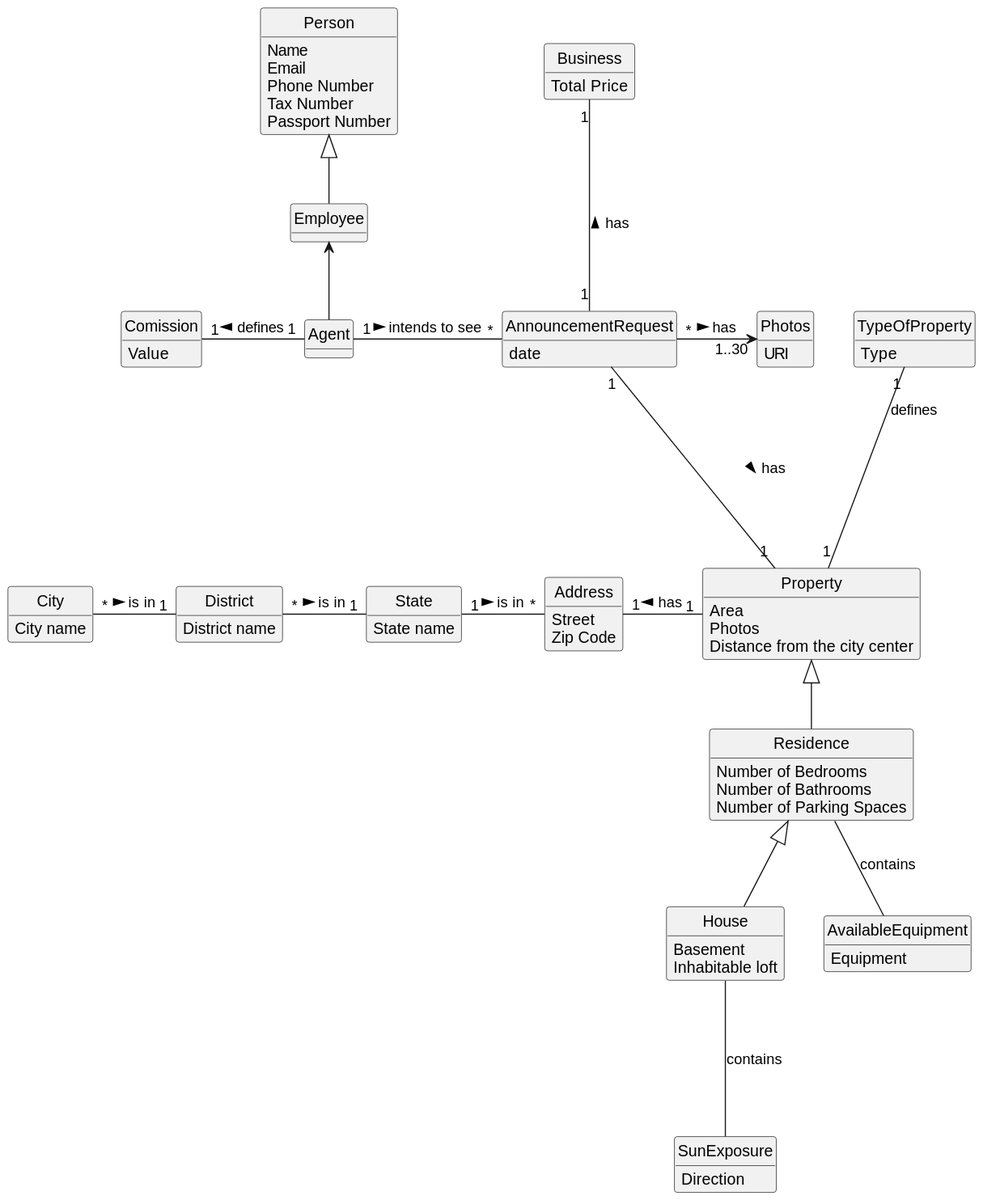
The PlantUML diagram docs/sprintC/US08/02.analysis/svg/us08-domain-model.svg in PureNimble/ISEP-LAPR2, before a commit.
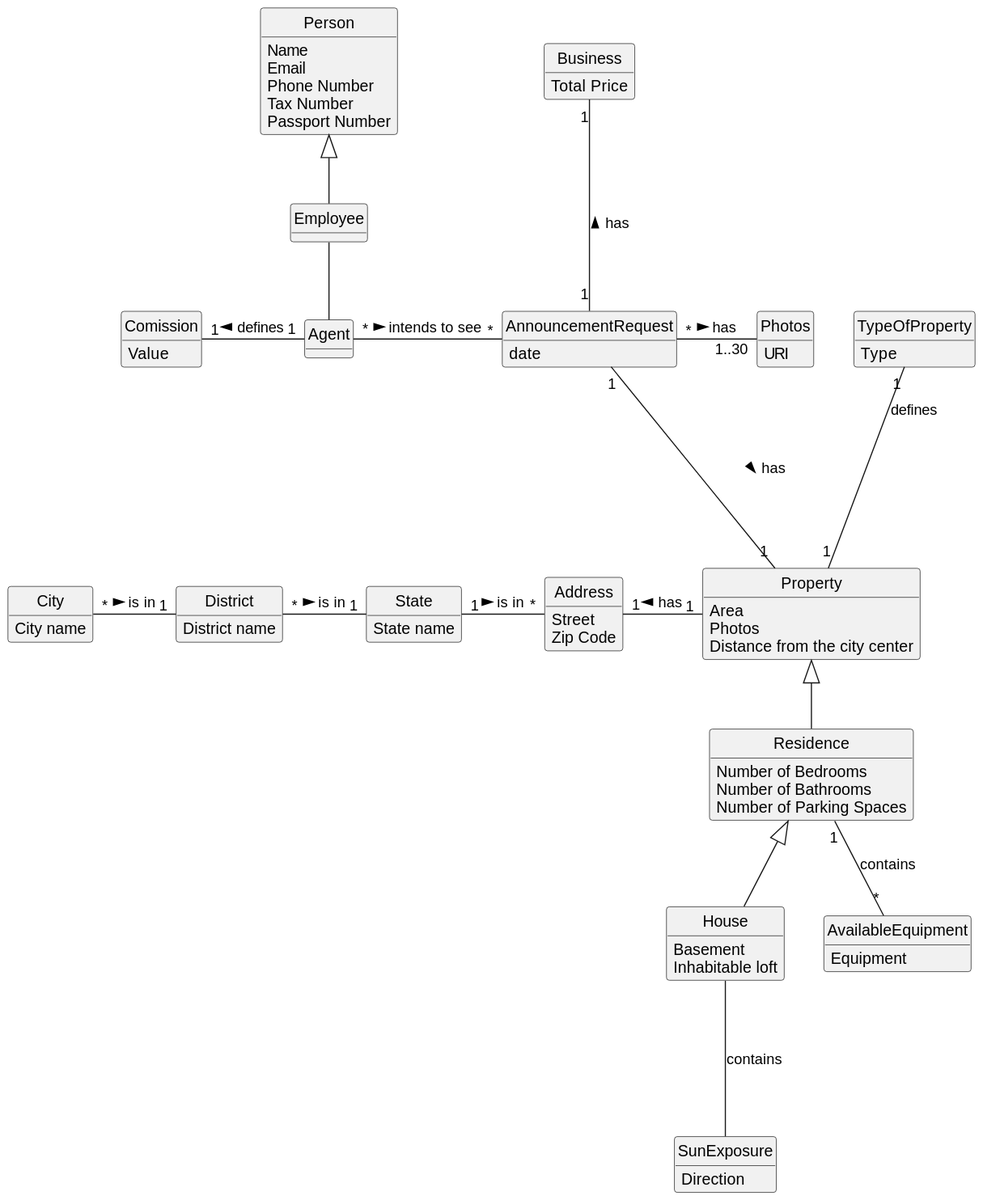
After the commit.

Diff of the diagram source:
```diff
@@ -87,16 +87,16 @@
 
 
 Person <|-- Employee
-Employee <-- Agent
+Employee -- Agent
 
-Agent "1" - "*" AnnouncementRequest:intends to see >
+Agent "*" - "*" AnnouncementRequest:intends to see >
 
 AnnouncementRequest "1" -- "1"Property: has >
 TypeOfProperty "1" -- "1" Property:defines\n\n\n\n\n\n\n
 Property <|-- Residence
 Residence <|-- House
-AnnouncementRequest "*" -> "1..30" Photos: has >
-Residence -- AvailableEquipment : contains
+AnnouncementRequest "*" - "1..30" Photos: has >
+Residence "1" -- "*" AvailableEquipment : contains
 House --- SunExposure:contains
 
 Address "1" -right-- "1" Property: has <
```
